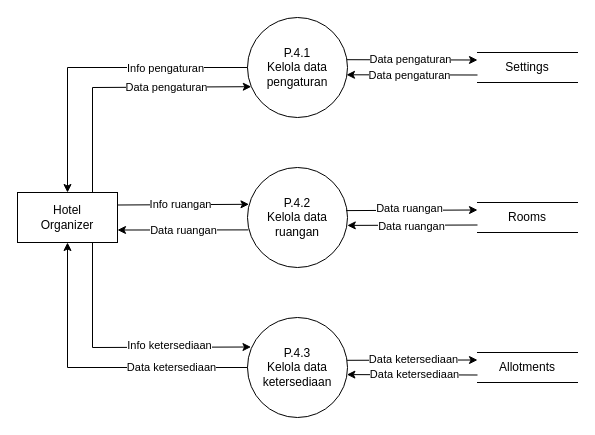
The draw.io diagram diagram/dfd/level-1/p-4-proses-data-pengaturan-kamar.drawio in Hans-Star18/ta-booking-system, before the edit. Source tidied: cells renumbered, new cells numbered last; positions are measured from the earlier drawing's top-left corner, leaving out a move shared by most shapes. Both pictures are drawn from the tidied source at 100%, with x=0, y=0 at pixel (17, 17).
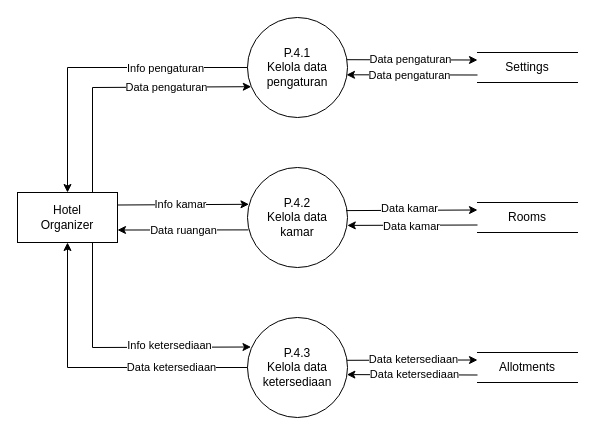
The same diagram, later.

Commit message (it also covers changes not shown here):
feat: add DFD level 2 diagrams for data management processes

The change refers to these unchanged cells:
```xml
<mxCell id="14" style="endArrow=classic;html=1;rounded=0;curved=0;jumpStyle=arc;exitX=1;exitY=0.25;exitDx=0;exitDy=0;entryX=0.015;entryY=0.368;entryDx=0;entryDy=0;entryPerimeter=0;" parent="1" edge="1" source="32" target="3">
  <mxGeometry relative="1" as="geometry" />
</mxCell>
<mxCell id="22" style="endArrow=classic;html=1;rounded=0;curved=0;jumpStyle=arc;entryX=0.998;entryY=0.579;entryDx=0;entryDy=0;exitX=0;exitY=0.75;exitDx=0;exitDy=0;entryPerimeter=0;" parent="1" edge="1" source="6" target="3">
  <mxGeometry relative="1" as="geometry" />
</mxCell>
<mxCell id="26" style="endArrow=classic;html=1;rounded=0;curved=0;jumpStyle=arc;entryX=0;entryY=0.25;entryDx=0;entryDy=0;exitX=0.987;exitY=0.431;exitDx=0;exitDy=0;exitPerimeter=0;" parent="1" edge="1" source="3" target="6">
  <mxGeometry relative="1" as="geometry" />
</mxCell>
```

Change to the diagram source:
```diff
@@
-    <mxCell id="3" value="&lt;div&gt;P.4.2&lt;/div&gt;Kelola data&lt;div&gt;ruangan&lt;/div&gt;" style="shape=ellipse;html=1;dashed=0;whiteSpace=wrap;perimeter=ellipsePerimeter;" parent="1" vertex="1">
+    <mxCell id="3" value="&lt;div&gt;P.4.2&lt;/div&gt;Kelola data&lt;div&gt;kamar&lt;/div&gt;" style="shape=ellipse;html=1;dashed=0;whiteSpace=wrap;perimeter=ellipsePerimeter;" parent="1" vertex="1">
       <mxGeometry x="230" y="150" width="100" height="100" as="geometry" />
     </mxCell>
@@
-    <mxCell id="15" value="Info ruangan" style="edgeLabel;html=1;align=center;verticalAlign=middle;" parent="14" vertex="1">
+    <mxCell id="15" value="Info kamar" style="edgeLabel;html=1;align=center;verticalAlign=middle;" parent="14" vertex="1">
       <mxGeometry x="0.16" relative="1" as="geometry">
         <mxPoint x="-13" y="-1" as="offset" />
       </mxGeometry>
     </mxCell>
@@
-    <mxCell id="23" value="Data ruangan" style="edgeLabel;html=1;align=center;verticalAlign=middle;" parent="22" vertex="1">
+    <mxCell id="23" value="Data kamar" style="edgeLabel;html=1;align=center;verticalAlign=middle;" parent="22" vertex="1">
       <mxGeometry x="0.27" y="1" relative="1" as="geometry">
         <mxPoint x="16" as="offset" />
       </mxGeometry>
     </mxCell>
@@
-    <mxCell id="27" value="Data ruangan" style="edgeLabel;html=1;align=center;verticalAlign=middle;" parent="26" vertex="1">
+    <mxCell id="27" value="Data kamar" style="edgeLabel;html=1;align=center;verticalAlign=middle;" parent="26" vertex="1">
       <mxGeometry x="-0.28" y="2" relative="1" as="geometry">
         <mxPoint x="16" as="offset" />
       </mxGeometry>
     </mxCell>
```
